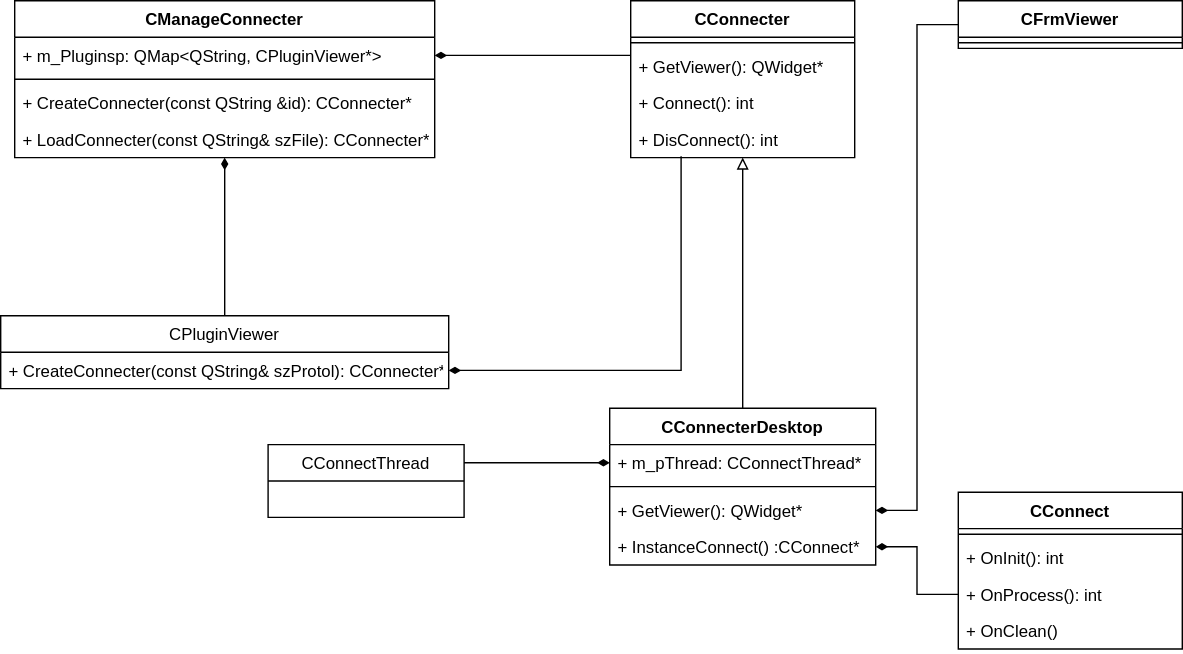
This is docs/Image/PluginViewerAPI.svg from KangLin/RabbitRemoteControl, a draw.io export, as it was before one commit. Source tidied: cells renumbered, new cells last; positions are measured from the earlier drawing's top-left corner, leaving out a move shared by most shapes. Source of this version:
```xml
<mxGraphModel>
  <root>
    <mxCell id="0" />
    <mxCell id="1" parent="0" />
    <mxCell id="2" style="edgeStyle=orthogonalEdgeStyle;rounded=0;jettySize=auto;html=1;entryX=0;entryY=0.5;entryDx=0;entryDy=0;startArrow=diamondThin;startFill=1;endArrow=none;endFill=0;exitX=1;exitY=0.5;exitDx=0;exitDy=0;" parent="1" edge="1" source="5">
      <mxGeometry relative="1" as="geometry">
        <mxPoint x="450" y="39" as="targetPoint" />
      </mxGeometry>
    </mxCell>
    <mxCell id="3" style="edgeStyle=orthogonalEdgeStyle;rounded=0;jettySize=auto;html=1;endArrow=none;endFill=0;startArrow=diamondThin;startFill=1;" parent="1" edge="1" source="4" target="31">
      <mxGeometry relative="1" as="geometry" />
    </mxCell>
    <mxCell id="4" value="CManageConnecter" style="swimlane;fontStyle=1;align=center;verticalAlign=top;horizontal=1;startSize=26;" parent="1" vertex="1">
      <mxGeometry x="10" width="300" height="112" as="geometry" />
    </mxCell>
    <mxCell id="5" value="+ m_Pluginsp: QMap&lt;QString, CPluginViewer*&gt;" style="text;strokeColor=none;fillColor=none;align=left;verticalAlign=top;spacingLeft=4;spacingRight=4;overflow=hidden;points=[[0,0.5],[1,0.5]];portConstraint=eastwest;" parent="4" vertex="1">
      <mxGeometry y="26" width="300" height="26" as="geometry" />
    </mxCell>
    <mxCell id="6" style="line;strokeWidth=1;fillColor=none;align=left;verticalAlign=middle;spacingTop=-1;spacingLeft=3;spacingRight=3;labelPosition=right;" parent="4" vertex="1">
      <mxGeometry y="52" width="300" height="8" as="geometry" />
    </mxCell>
    <mxCell id="7" value="+ CreateConnecter(const QString &amp;id): CConnecter*" style="text;strokeColor=none;fillColor=none;align=left;verticalAlign=top;spacingLeft=4;spacingRight=4;overflow=hidden;" parent="4" vertex="1">
      <mxGeometry y="60" width="300" height="26" as="geometry" />
    </mxCell>
    <mxCell id="8" value="+ LoadConnecter(const QString&amp; szFile): CConnecter*" style="text;strokeColor=none;fillColor=none;align=left;verticalAlign=top;spacingLeft=4;spacingRight=4;overflow=hidden;" parent="4" vertex="1">
      <mxGeometry y="86" width="300" height="26" as="geometry" />
    </mxCell>
    <mxCell id="9" value="CConnecter" style="swimlane;fontStyle=1;align=center;verticalAlign=top;horizontal=1;startSize=26;" parent="1" vertex="1">
      <mxGeometry x="450" width="160" height="112" as="geometry" />
    </mxCell>
    <mxCell id="10" style="line;strokeWidth=1;fillColor=none;align=left;verticalAlign=middle;spacingTop=-1;spacingLeft=3;spacingRight=3;labelPosition=right;" parent="9" vertex="1">
      <mxGeometry y="26" width="160" height="8" as="geometry" />
    </mxCell>
    <mxCell id="11" value="+ GetViewer(): QWidget*" style="text;strokeColor=none;fillColor=none;align=left;verticalAlign=top;spacingLeft=4;spacingRight=4;overflow=hidden;" parent="9" vertex="1">
      <mxGeometry y="34" width="160" height="26" as="geometry" />
    </mxCell>
    <mxCell id="12" value="+ Connect(): int" style="text;strokeColor=none;fillColor=none;align=left;verticalAlign=top;spacingLeft=4;spacingRight=4;overflow=hidden;" parent="9" vertex="1">
      <mxGeometry y="60" width="160" height="26" as="geometry" />
    </mxCell>
    <mxCell id="13" value="+ DisConnect(): int" style="text;strokeColor=none;fillColor=none;align=left;verticalAlign=top;spacingLeft=4;spacingRight=4;overflow=hidden;points=[[0,0.5],[1,0.5]];portConstraint=eastwest;" parent="9" vertex="1">
      <mxGeometry y="86" width="160" height="26" as="geometry" />
    </mxCell>
    <mxCell id="14" style="edgeStyle=orthogonalEdgeStyle;rounded=0;jettySize=auto;html=1;entryX=0.5;entryY=1;entryDx=0;entryDy=0;endArrow=block;endFill=0;" parent="1" edge="1" source="17" target="9">
      <mxGeometry relative="1" as="geometry" />
    </mxCell>
    <mxCell id="15" style="edgeStyle=orthogonalEdgeStyle;rounded=0;jettySize=auto;html=1;entryX=0;entryY=0.5;entryDx=0;entryDy=0;endArrow=none;endFill=0;startArrow=diamondThin;startFill=1;exitX=1;exitY=0.5;exitDx=0;exitDy=0;" parent="1" edge="1" source="21" target="27">
      <mxGeometry relative="1" as="geometry" />
    </mxCell>
    <mxCell id="16" style="edgeStyle=orthogonalEdgeStyle;rounded=0;jettySize=auto;html=1;entryX=1;entryY=0.25;entryDx=0;entryDy=0;startArrow=diamondThin;startFill=1;endArrow=none;endFill=0;exitX=0;exitY=0.5;exitDx=0;exitDy=0;" parent="1" edge="1" source="18" target="33">
      <mxGeometry relative="1" as="geometry" />
    </mxCell>
    <mxCell id="17" value="CConnecterDesktop" style="swimlane;fontStyle=1;align=center;verticalAlign=top;horizontal=1;startSize=26;" parent="1" vertex="1">
      <mxGeometry x="435" y="291" width="190" height="112" as="geometry" />
    </mxCell>
    <mxCell id="18" value="+ m_pThread: CConnectThread*" style="text;strokeColor=none;fillColor=none;align=left;verticalAlign=top;spacingLeft=4;spacingRight=4;overflow=hidden;points=[[0,0.5],[1,0.5]];portConstraint=eastwest;" parent="17" vertex="1">
      <mxGeometry y="26" width="190" height="26" as="geometry" />
    </mxCell>
    <mxCell id="19" style="line;strokeWidth=1;fillColor=none;align=left;verticalAlign=middle;spacingTop=-1;spacingLeft=3;spacingRight=3;labelPosition=right;" parent="17" vertex="1">
      <mxGeometry y="52" width="190" height="8" as="geometry" />
    </mxCell>
    <mxCell id="20" value="+ GetViewer(): QWidget*" style="text;strokeColor=none;fillColor=none;align=left;verticalAlign=top;spacingLeft=4;spacingRight=4;overflow=hidden;points=[[0,0.5],[1,0.5]];portConstraint=eastwest;" parent="17" vertex="1">
      <mxGeometry y="60" width="190" height="26" as="geometry" />
    </mxCell>
    <mxCell id="21" value="+ InstanceConnect() :CConnect*" style="text;strokeColor=none;fillColor=none;align=left;verticalAlign=top;spacingLeft=4;spacingRight=4;overflow=hidden;points=[[0,0.5],[1,0.5]];portConstraint=eastwest;" parent="17" vertex="1">
      <mxGeometry y="86" width="190" height="26" as="geometry" />
    </mxCell>
    <mxCell id="22" value="CFrmViewer" style="swimlane;fontStyle=1;align=center;verticalAlign=top;horizontal=1;startSize=26;" parent="1" vertex="1">
      <mxGeometry x="684" width="160" height="34" as="geometry" />
    </mxCell>
    <mxCell id="23" style="line;strokeWidth=1;fillColor=none;align=left;verticalAlign=middle;spacingTop=-1;spacingLeft=3;spacingRight=3;labelPosition=right;" parent="22" vertex="1">
      <mxGeometry y="26" width="160" height="8" as="geometry" />
    </mxCell>
    <mxCell id="24" value="CConnect" style="swimlane;fontStyle=1;align=center;verticalAlign=top;horizontal=1;startSize=26;" parent="1" vertex="1">
      <mxGeometry x="684" y="351" width="160" height="112" as="geometry" />
    </mxCell>
    <mxCell id="25" style="line;strokeWidth=1;fillColor=none;align=left;verticalAlign=middle;spacingTop=-1;spacingLeft=3;spacingRight=3;labelPosition=right;" parent="24" vertex="1">
      <mxGeometry y="26" width="160" height="8" as="geometry" />
    </mxCell>
    <mxCell id="26" value="+ OnInit(): int" style="text;strokeColor=none;fillColor=none;align=left;verticalAlign=top;spacingLeft=4;spacingRight=4;overflow=hidden;" parent="24" vertex="1">
      <mxGeometry y="34" width="160" height="26" as="geometry" />
    </mxCell>
    <mxCell id="27" value="+ OnProcess(): int" style="text;strokeColor=none;fillColor=none;align=left;verticalAlign=top;spacingLeft=4;spacingRight=4;overflow=hidden;points=[[0,0.5],[1,0.5]];portConstraint=eastwest;" parent="24" vertex="1">
      <mxGeometry y="60" width="160" height="26" as="geometry" />
    </mxCell>
    <mxCell id="28" value="+ OnClean()" style="text;strokeColor=none;fillColor=none;align=left;verticalAlign=top;spacingLeft=4;spacingRight=4;overflow=hidden;" parent="24" vertex="1">
      <mxGeometry y="86" width="160" height="26" as="geometry" />
    </mxCell>
    <mxCell id="29" style="edgeStyle=orthogonalEdgeStyle;rounded=0;jettySize=auto;html=1;startArrow=diamondThin;startFill=1;endArrow=none;endFill=0;entryX=0;entryY=0.5;entryDx=0;entryDy=0;exitX=1;exitY=0.5;exitDx=0;exitDy=0;" parent="1" edge="1" source="20" target="22">
      <mxGeometry relative="1" as="geometry" />
    </mxCell>
    <mxCell id="30" style="edgeStyle=orthogonalEdgeStyle;rounded=0;jettySize=auto;html=1;startArrow=diamondThin;startFill=1;endArrow=none;endFill=0;entryX=0.225;entryY=0.962;entryDx=0;entryDy=0;entryPerimeter=0;exitX=1;exitY=0.5;exitDx=0;exitDy=0;" parent="1" edge="1" source="32" target="13">
      <mxGeometry relative="1" as="geometry" />
    </mxCell>
    <mxCell id="31" value="CPluginViewer" style="swimlane;fontStyle=0;horizontal=1;startSize=26;fillColor=none;" parent="1" vertex="1">
      <mxGeometry y="225" width="320" height="52" as="geometry" />
    </mxCell>
    <mxCell id="32" value="+ CreateConnecter(const QString&amp; szProtol): CConnecter*&#10;" style="text;strokeColor=none;fillColor=none;align=left;verticalAlign=top;spacingLeft=4;spacingRight=4;overflow=hidden;points=[[0,0.5],[1,0.5]];portConstraint=eastwest;" parent="31" vertex="1">
      <mxGeometry y="26" width="320" height="26" as="geometry" />
    </mxCell>
    <mxCell id="33" value="CConnectThread" style="swimlane;fontStyle=0;horizontal=1;startSize=26;fillColor=none;" parent="1" vertex="1">
      <mxGeometry x="191" y="317" width="140" height="52" as="geometry" />
    </mxCell>
  </root>
</mxGraphModel>
```
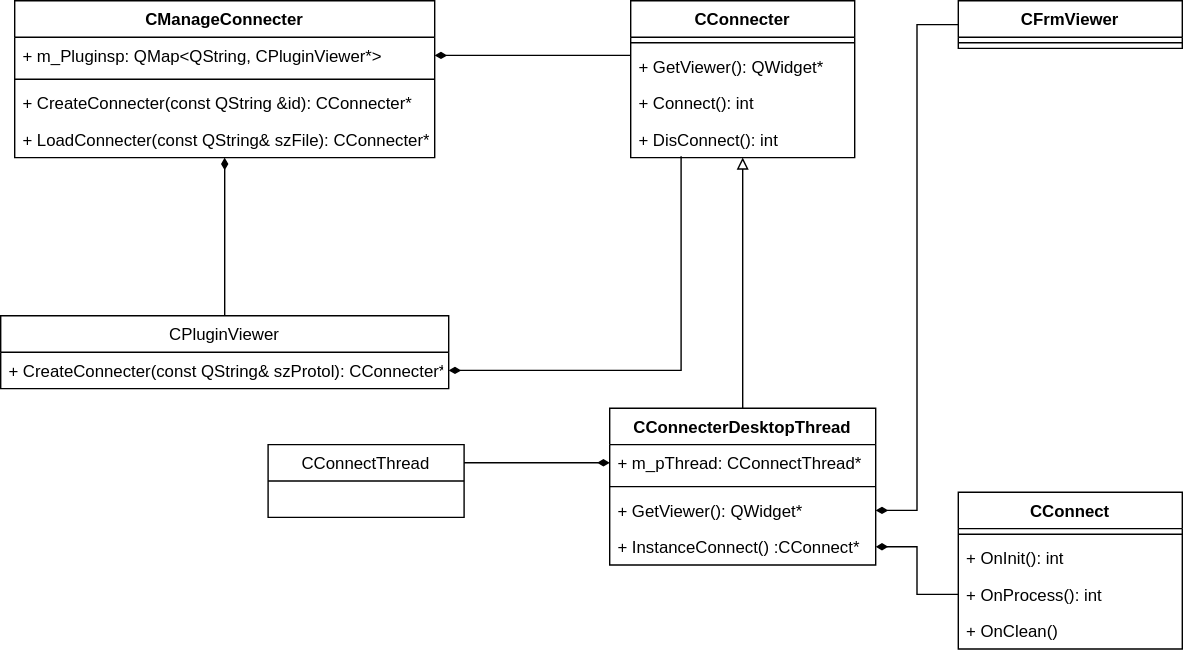
After the commit.

What changed in the source:
```diff
@@ -49,7 +49,7 @@
     <mxCell id="16" style="edgeStyle=orthogonalEdgeStyle;rounded=0;jettySize=auto;html=1;entryX=1;entryY=0.25;entryDx=0;entryDy=0;startArrow=diamondThin;startFill=1;endArrow=none;endFill=0;exitX=0;exitY=0.5;exitDx=0;exitDy=0;" parent="1" edge="1" source="18" target="33">
       <mxGeometry relative="1" as="geometry" />
     </mxCell>
-    <mxCell id="17" value="CConnecterDesktop" style="swimlane;fontStyle=1;align=center;verticalAlign=top;horizontal=1;startSize=26;" parent="1" vertex="1">
+    <mxCell id="17" value="CConnecterDesktopThread&#10;" style="swimlane;fontStyle=1;align=center;verticalAlign=top;horizontal=1;startSize=26;" parent="1" vertex="1">
       <mxGeometry x="435" y="291" width="190" height="112" as="geometry" />
     </mxCell>
     <mxCell id="18" value="+ m_pThread: CConnectThread*" style="text;strokeColor=none;fillColor=none;align=left;verticalAlign=top;spacingLeft=4;spacingRight=4;overflow=hidden;points=[[0,0.5],[1,0.5]];portConstraint=eastwest;" parent="17" vertex="1">
```
